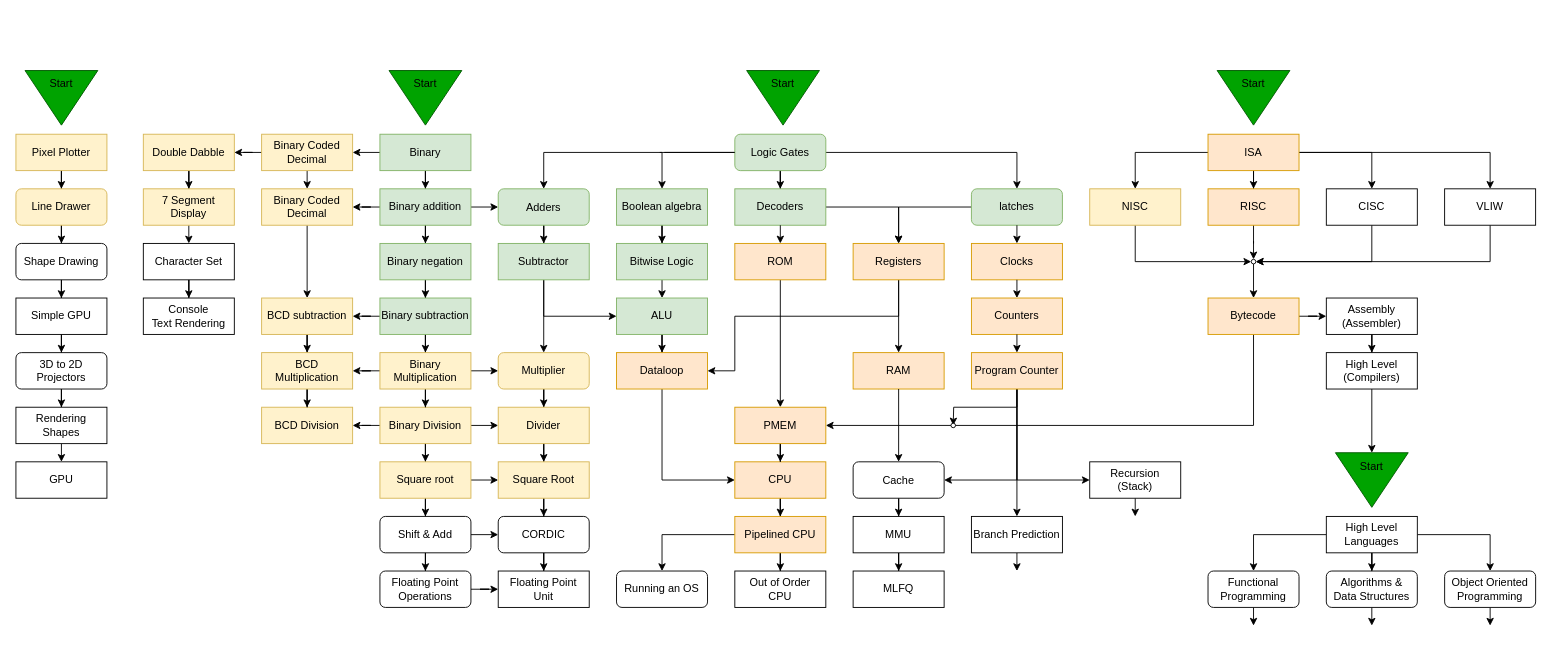
Before: page "Knowledge Map" (1 of 4) of Lesson Diagram.drawio in Kuggo/UnivOREsity, a draw.io diagram. Source tidied: cells renumbered, new cells numbered last; positions are measured from the earlier drawing's top-left corner, leaving out a move shared by most shapes. Both pictures are drawn from the tidied source at 91%, with x=0, y=0 at pixel (15, 61).
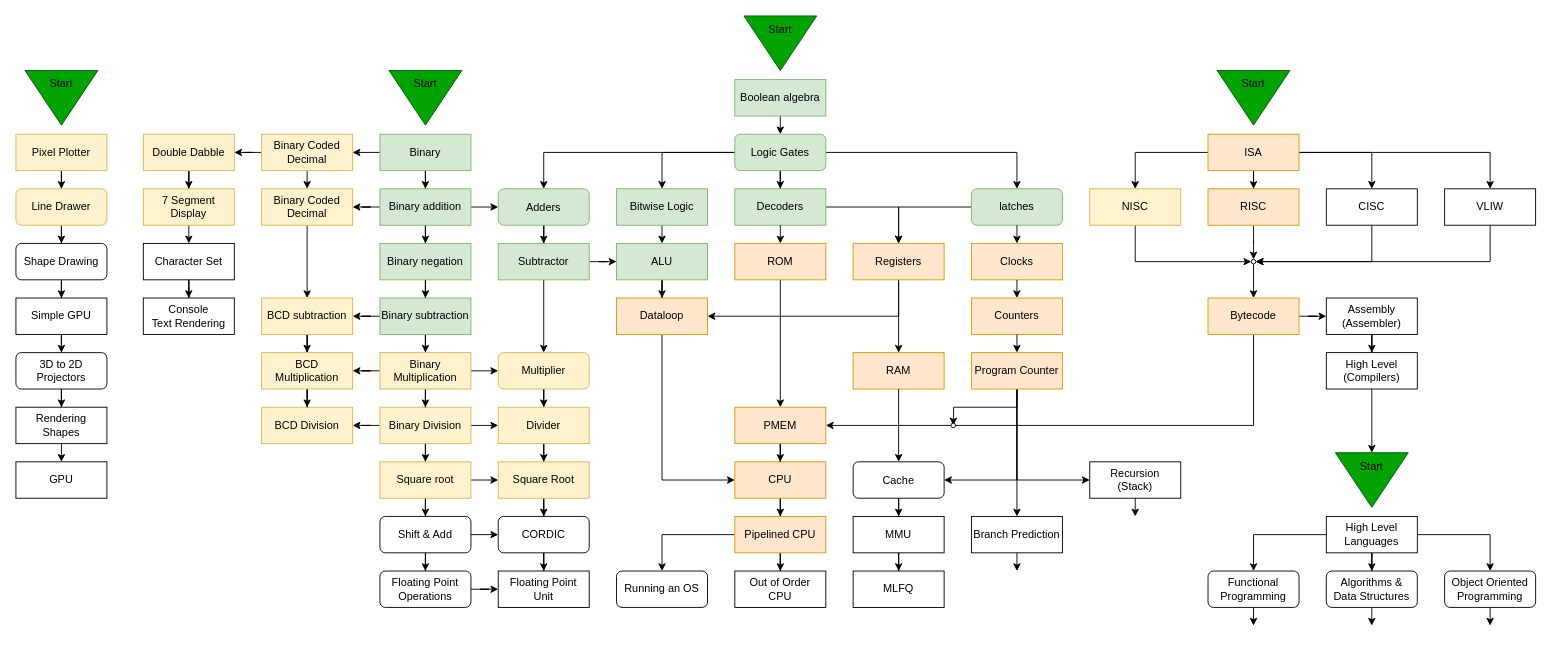
After the change.

Unchanged cells that the change refers to:
```xml
<mxCell id="16" value="Logic Gates" style="rounded=1;whiteSpace=wrap;html=1;fillColor=#d5e8d4;strokeColor=#82b366;" parent="1" vertex="1">
  <mxGeometry x="790" y="80" width="100" height="40" as="geometry" />
</mxCell>
<mxCell id="45" value="Registers" style="rounded=0;whiteSpace=wrap;html=1;fillColor=#ffe6cc;strokeColor=#d79b00;" parent="1" vertex="1">
  <mxGeometry x="920" y="200" width="100" height="40" as="geometry" />
</mxCell>
<mxCell id="54" value="Subtractor" style="rounded=0;whiteSpace=wrap;html=1;fillColor=#d5e8d4;strokeColor=#82b366;" parent="1" vertex="1">
  <mxGeometry x="530" y="200" width="100" height="40" as="geometry" />
</mxCell>
<mxCell id="101" value="Multiplier" style="rounded=1;whiteSpace=wrap;html=1;fillColor=#fff2cc;strokeColor=#d6b656;" parent="1" vertex="1">
  <mxGeometry x="530" y="320" width="100" height="40" as="geometry" />
</mxCell>
```

Change to the diagram source:
```diff
@@
     <mxCell id="11" style="triangle;whiteSpace=wrap;html=1;rotation=90;fillColor=#00A300;strokeColor=#005700;fontColor=#ffffff;" parent="1" vertex="1">
-      <mxGeometry x="813" width="60" height="80" as="geometry" />
+      <mxGeometry x="810" y="-60" width="60" height="80" as="geometry" />
     </mxCell>
     <mxCell id="12" value="Start" style="text;html=1;strokeColor=none;fillColor=none;align=center;verticalAlign=middle;whiteSpace=wrap;rounded=0;" parent="1" vertex="1">
-      <mxGeometry x="813" y="10" width="60" height="30" as="geometry" />
+      <mxGeometry x="810" y="-50" width="60" height="30" as="geometry" />
     </mxCell>
@@
+    <mxCell id="172" style="edgeStyle=orthogonalEdgeStyle;rounded=0;jettySize=auto;html=1;entryX=0.5;entryY=0;entryDx=0;entryDy=0;" parent="1" edge="1" source="16" target="47">
+      <mxGeometry relative="1" as="geometry" />
+    </mxCell>
@@
-    <mxCell id="24" style="endArrow=classic;html=1;rounded=0;fontSize=10;exitX=0;exitY=0.5;exitDx=0;exitDy=0;startArrow=none;" parent="1" edge="1" target="29">
-      <mxGeometry relative="1" as="geometry">
-        <mxPoint x="707.5" y="100" as="sourcePoint" />
-        <Array as="points">
-          <mxPoint x="710" y="100" />
-          <mxPoint x="710" y="140" />
-        </Array>
-      </mxGeometry>
-    </mxCell>
@@
-    <mxCell id="28" style="edgeStyle=orthogonalEdgeStyle;rounded=0;jettySize=auto;html=1;fontSize=14;" parent="1" edge="1" source="29" target="47">
-      <mxGeometry relative="1" as="geometry" />
-    </mxCell>
+    <mxCell id="173" style="edgeStyle=orthogonalEdgeStyle;rounded=0;jettySize=auto;html=1;exitX=0.5;exitY=1;exitDx=0;exitDy=0;entryX=0.5;entryY=0;entryDx=0;entryDy=0;" parent="1" edge="1" source="29" target="16">
+      <mxGeometry relative="1" as="geometry" />
+    </mxCell>
     <mxCell id="29" value="Boolean algebra" style="rounded=0;whiteSpace=wrap;html=1;fillColor=#d5e8d4;strokeColor=#82b366;" parent="1" vertex="1">
-      <mxGeometry x="660" y="140" width="100" height="40" as="geometry" />
+      <mxGeometry x="790" y="20" width="100" height="40" as="geometry" />
     </mxCell>
@@
     <mxCell id="44" style="edgeStyle=orthogonalEdgeStyle;rounded=0;jettySize=auto;html=1;exitX=0.5;exitY=1;exitDx=0;exitDy=0;fontSize=12;entryX=1;entryY=0.5;entryDx=0;entryDy=0;" parent="1" edge="1" source="45" target="58">
       <mxGeometry relative="1" as="geometry">
         <Array as="points">
           <mxPoint x="970" y="280" />
-          <mxPoint x="790" y="280" />
-          <mxPoint x="790" y="340" />
         </Array>
       </mxGeometry>
     </mxCell>
@@
-    <mxCell id="46" style="edgeStyle=orthogonalEdgeStyle;rounded=0;jettySize=auto;html=1;fontSize=14;" parent="1" edge="1" source="47">
-      <mxGeometry relative="1" as="geometry">
-        <mxPoint x="710" y="260" as="targetPoint" />
-      </mxGeometry>
-    </mxCell>
+    <mxCell id="174" style="edgeStyle=orthogonalEdgeStyle;rounded=0;jettySize=auto;html=1;exitX=0.5;exitY=1;exitDx=0;exitDy=0;entryX=0.5;entryY=0;entryDx=0;entryDy=0;" parent="1" edge="1" source="47" target="56">
+      <mxGeometry relative="1" as="geometry" />
+    </mxCell>
     <mxCell id="47" value="Bitwise Logic" style="rounded=0;whiteSpace=wrap;html=1;fillColor=#d5e8d4;strokeColor=#82b366;" parent="1" vertex="1">
-      <mxGeometry x="660" y="200" width="100" height="40" as="geometry" />
+      <mxGeometry x="660" y="140" width="100" height="40" as="geometry" />
     </mxCell>
@@
+    <mxCell id="53" style="edgeStyle=orthogonalEdgeStyle;rounded=0;jettySize=auto;html=1;exitX=0.5;exitY=1;exitDx=0;exitDy=0;entryX=0.5;entryY=0;entryDx=0;entryDy=0;fontSize=12;" parent="1" edge="1" source="54" target="101">
+      <mxGeometry relative="1" as="geometry" />
+    </mxCell>
-    <mxCell id="52" style="edgeStyle=orthogonalEdgeStyle;rounded=0;jettySize=auto;html=1;fontSize=12;entryX=0;entryY=0.5;entryDx=0;entryDy=0;exitX=0.5;exitY=1;exitDx=0;exitDy=0;" parent="1" edge="1" source="54" target="56">
+    <mxCell id="52" style="edgeStyle=orthogonalEdgeStyle;rounded=0;jettySize=auto;html=1;entryX=0;entryY=0.5;entryDx=0;entryDy=0;" parent="1" edge="1" source="54" target="56">
       <mxGeometry relative="1" as="geometry" />
     </mxCell>
-    <mxCell id="53" style="edgeStyle=orthogonalEdgeStyle;rounded=0;jettySize=auto;html=1;exitX=0.5;exitY=1;exitDx=0;exitDy=0;entryX=0.5;entryY=0;entryDx=0;entryDy=0;fontSize=12;" parent="1" edge="1" source="54" target="101">
-      <mxGeometry relative="1" as="geometry" />
-    </mxCell>
@@
-    <mxCell id="55" style="edgeStyle=orthogonalEdgeStyle;rounded=0;jettySize=auto;html=1;exitX=0.5;exitY=1;exitDx=0;exitDy=0;fontSize=12;" parent="1" edge="1" source="56" target="58">
+    <mxCell id="55" style="edgeStyle=orthogonalEdgeStyle;rounded=0;jettySize=auto;html=1;entryX=0.5;entryY=0;entryDx=0;entryDy=0;" parent="1" edge="1" source="56" target="58">
       <mxGeometry relative="1" as="geometry" />
     </mxCell>
     <mxCell id="56" value="ALU" style="rounded=0;whiteSpace=wrap;html=1;fillColor=#d5e8d4;strokeColor=#82b366;" parent="1" vertex="1">
-      <mxGeometry x="660" y="260" width="100" height="40" as="geometry" />
+      <mxGeometry x="660" y="200" width="100" height="40" as="geometry" />
     </mxCell>
@@
     <mxCell id="58" value="Dataloop" style="rounded=0;whiteSpace=wrap;html=1;fillColor=#ffe6cc;strokeColor=#d79b00;" parent="1" vertex="1">
-      <mxGeometry x="660" y="320" width="100" height="40" as="geometry" />
+      <mxGeometry x="660" y="260" width="100" height="40" as="geometry" />
     </mxCell>
@@
-    <mxCell id="81" style="endArrow=none;html=1;rounded=0;fontSize=10;exitX=0;exitY=0.5;exitDx=0;exitDy=0;" parent="1" edge="1" source="16">
-      <mxGeometry relative="1" as="geometry">
-        <mxPoint x="712.5" y="100" as="targetPoint" />
-      </mxGeometry>
-    </mxCell>
```
